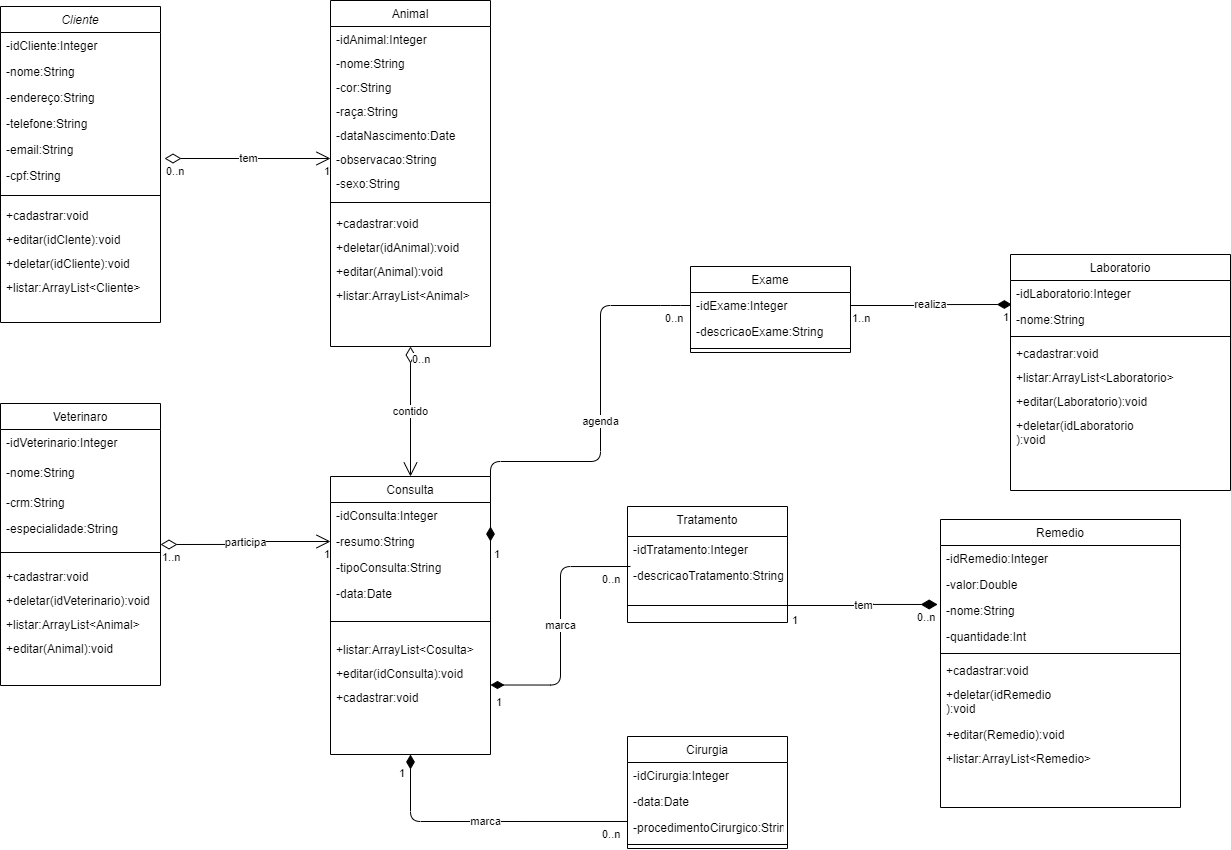
Above: projetoUML.png in moacirgomes/projeto-clinica (draw.io), before the change. Source tidied: cells renumbered, new cells last; positions are measured from the earlier drawing's top-left corner, leaving out a move shared by most shapes.
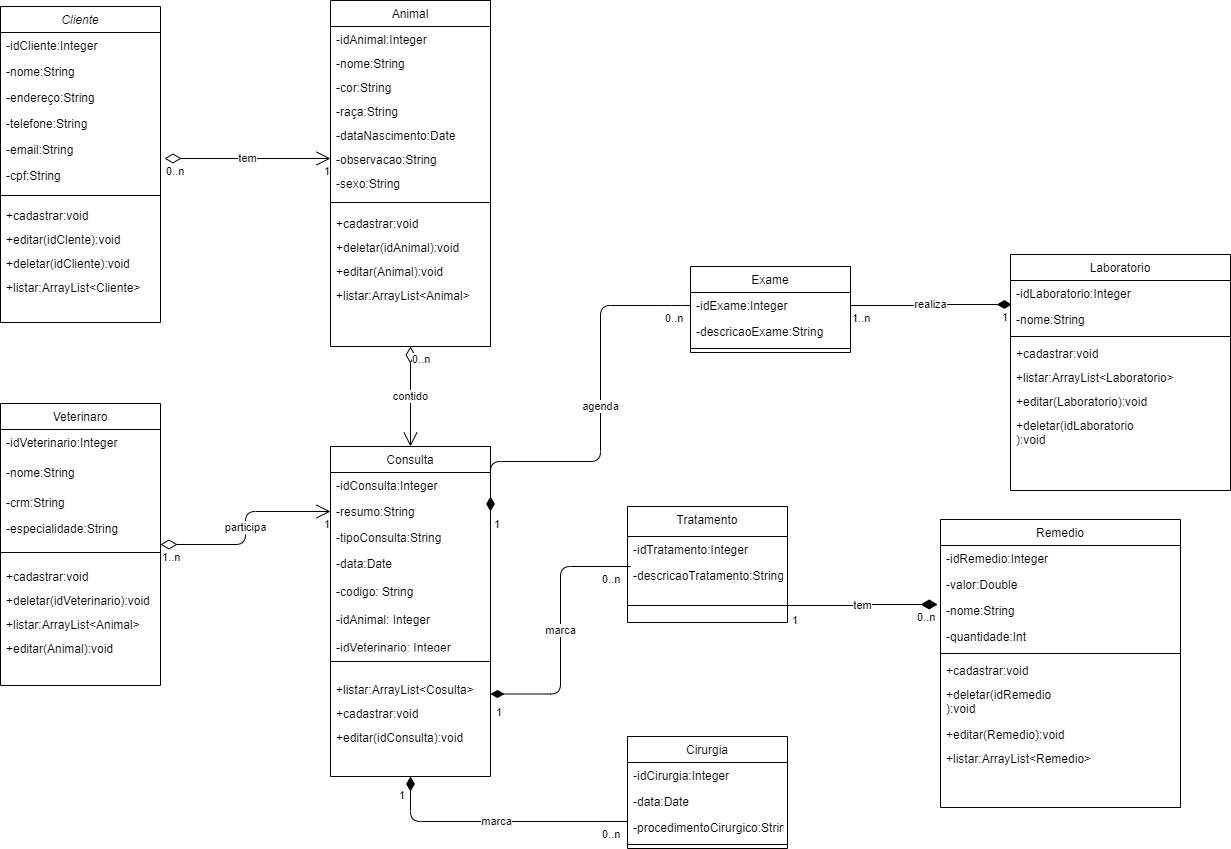
After the commit.

The edit, as a diff of the source:
```diff
@@ -300,7 +300,7 @@
       <mxGeometry y="78" width="160" height="8" as="geometry" />
     </mxCell>
     <mxCell id="92" value="Consulta" style="swimlane;fontStyle=0;align=center;verticalAlign=top;horizontal=1;startSize=26;rounded=0;shadow=0;strokeWidth=1;" parent="1" vertex="1">
-      <mxGeometry x="330" y="476" width="160" height="278" as="geometry" />
+      <mxGeometry x="330" y="446" width="160" height="330" as="geometry" />
     </mxCell>
     <mxCell id="93" value="-idConsulta:Integer" style="text;align=left;verticalAlign=top;spacingLeft=4;spacingRight=4;overflow=hidden;rounded=0;shadow=0;html=0;" parent="92" vertex="1">
       <mxGeometry y="26" width="160" height="26" as="geometry" />
@@ -311,20 +311,20 @@
     <mxCell id="95" value="-tipoConsulta:String" style="text;align=left;verticalAlign=top;spacingLeft=4;spacingRight=4;overflow=hidden;rounded=0;shadow=0;html=0;" parent="92" vertex="1">
       <mxGeometry y="78" width="160" height="26" as="geometry" />
     </mxCell>
-    <mxCell id="96" value="-data:Date" style="text;align=left;verticalAlign=top;spacingLeft=4;spacingRight=4;overflow=hidden;rounded=0;shadow=0;html=0;" parent="92" vertex="1">
-      <mxGeometry y="104" width="160" height="26" as="geometry" />
+    <mxCell id="96" value="-data:Date&#10;&#10;-codigo: String&#10;&#10;-idAnimal: Integer&#10;&#10;-idVeterinario: Integer" style="text;align=left;verticalAlign=top;spacingLeft=4;spacingRight=4;overflow=hidden;rounded=0;shadow=0;html=0;" parent="92" vertex="1">
+      <mxGeometry y="104" width="160" height="96" as="geometry" />
     </mxCell>
     <mxCell id="97" style="line;html=1;strokeWidth=1;align=left;verticalAlign=middle;spacingTop=-1;spacingLeft=3;spacingRight=3;labelPosition=right;" parent="92" vertex="1">
-      <mxGeometry y="130" width="160" height="30" as="geometry" />
+      <mxGeometry y="200" width="160" height="30" as="geometry" />
     </mxCell>
     <mxCell id="98" value="+listar:ArrayList&lt;Cosulta&gt;" style="text;strokeColor=none;fillColor=none;align=left;verticalAlign=top;spacingLeft=4;spacingRight=4;overflow=hidden;" parent="92" vertex="1">
-      <mxGeometry y="160" width="160" height="24" as="geometry" />
+      <mxGeometry y="230" width="160" height="24" as="geometry" />
     </mxCell>
+    <mxCell id="100" value="+cadastrar:void" style="text;strokeColor=none;fillColor=none;align=left;verticalAlign=top;spacingLeft=4;spacingRight=4;overflow=hidden;" parent="92" vertex="1">
+      <mxGeometry y="254" width="160" height="24" as="geometry" />
+    </mxCell>
     <mxCell id="99" value="+editar(idConsulta):void" style="text;strokeColor=none;fillColor=none;align=left;verticalAlign=top;spacingLeft=4;spacingRight=4;overflow=hidden;" parent="92" vertex="1">
-      <mxGeometry y="184" width="160" height="24" as="geometry" />
+      <mxGeometry y="278" width="160" height="24" as="geometry" />
     </mxCell>
-    <mxCell id="100" value="+cadastrar:void" style="text;strokeColor=none;fillColor=none;align=left;verticalAlign=top;spacingLeft=4;spacingRight=4;overflow=hidden;" parent="92" vertex="1">
-      <mxGeometry y="208" width="160" height="24" as="geometry" />
-    </mxCell>
   </root>
 </mxGraphModel>
```
